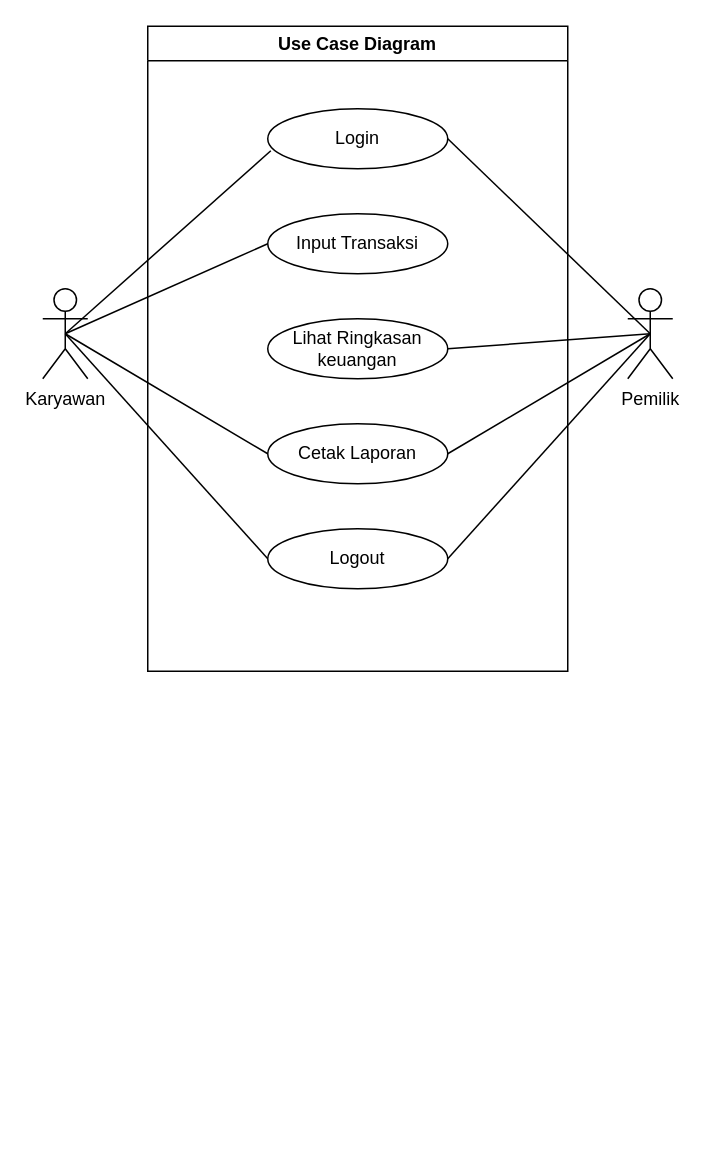
The draw.io diagram page "Page-1" (1 of 2) of Doc/UseCase/Feby.drawio in gustitriprayoga/sistem-umkm-feby, before the edit. Source tidied: cells renumbered, new cells numbered last; positions are measured from the earlier drawing's top-left corner, leaving out a move shared by most shapes. Both pictures are drawn from the tidied source at 150%, with x=0, y=0 at pixel (42, 26).
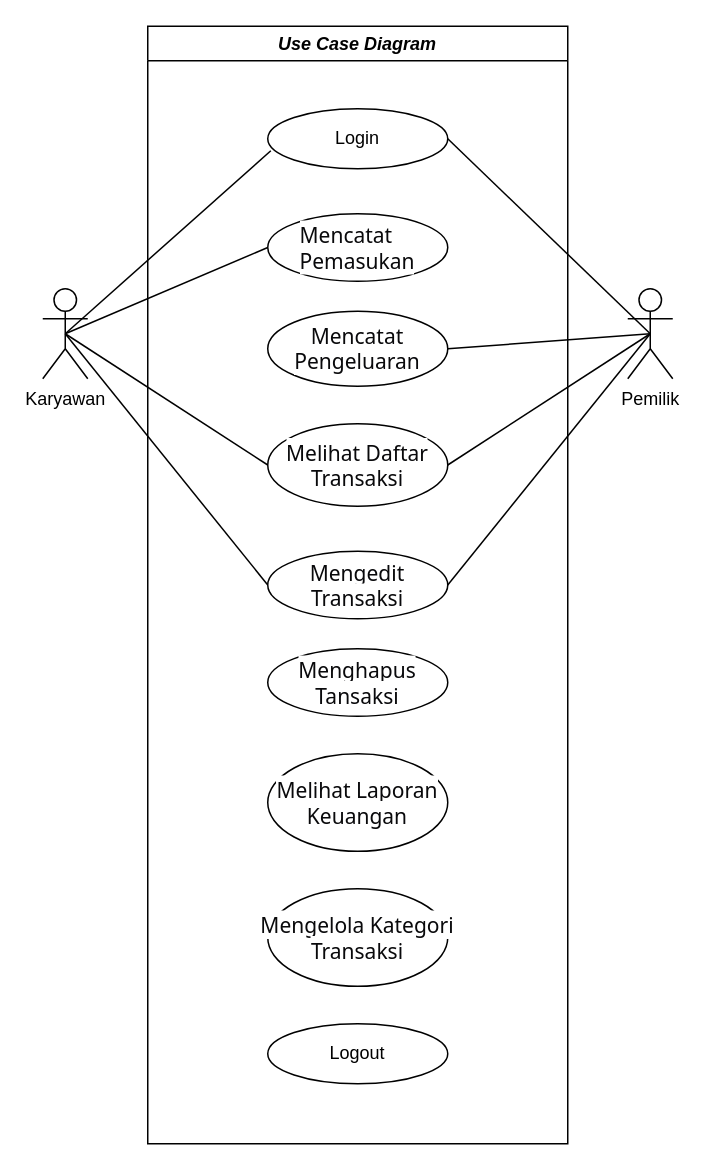
The same page after the edit.

Commit message (it also covers changes not shown here):
lanjut besok

The edit, as a diff of the source:
```diff
@@
-    <mxCell id="11" value="Lihat Ringkasan keuangan" style="ellipse;whiteSpace=wrap;html=1;" parent="1" vertex="1">
-      <mxGeometry x="150" y="195" width="120" height="40" as="geometry" />
-    </mxCell>
-    <mxCell id="12" value="Logout" style="ellipse;whiteSpace=wrap;html=1;" parent="1" vertex="1">
-      <mxGeometry x="150" y="335" width="120" height="40" as="geometry" />
-    </mxCell>
@@
-    <mxCell id="14" value="Use Case Diagram" style="swimlane;whiteSpace=wrap;html=1;" parent="1" vertex="1">
-      <mxGeometry x="70" width="280" height="430" as="geometry" />
+    <mxCell id="14" value="&lt;i&gt;Use Case Diagram&lt;/i&gt;" style="swimlane;whiteSpace=wrap;html=1;" parent="1" vertex="1">
+      <mxGeometry x="70" width="280" height="745" as="geometry" />
     </mxCell>
@@
-    <mxCell id="16" value="Input Transaksi" style="ellipse;whiteSpace=wrap;html=1;" parent="14" vertex="1">
-      <mxGeometry x="80" y="125" width="120" height="40" as="geometry" />
+    <mxCell id="16" value="&lt;div style=&quot;text-align: start;&quot;&gt;&lt;font face=&quot;__Inter_d65c78, __Inter_Fallback_d65c78, ui-sans-serif, system-ui, sans-serif, Apple Color Emoji, Segoe UI Emoji, Segoe UI Symbol, Noto Color Emoji&quot; color=&quot;#09090b&quot;&gt;&lt;span style=&quot;font-size: 14px; text-wrap-mode: nowrap; background-color: rgb(255, 255, 255);&quot;&gt;Mencatat&lt;/span&gt;&lt;/font&gt;&lt;/div&gt;&lt;div style=&quot;text-align: start;&quot;&gt;&lt;font face=&quot;__Inter_d65c78, __Inter_Fallback_d65c78, ui-sans-serif, system-ui, sans-serif, Apple Color Emoji, Segoe UI Emoji, Segoe UI Symbol, Noto Color Emoji&quot; color=&quot;#09090b&quot;&gt;&lt;span style=&quot;font-size: 14px; text-wrap-mode: nowrap; background-color: rgb(255, 255, 255);&quot;&gt;Pemasukan&lt;/span&gt;&lt;/font&gt;&lt;/div&gt;" style="ellipse;whiteSpace=wrap;html=1;" parent="14" vertex="1">
+      <mxGeometry x="80" y="125" width="120" height="45" as="geometry" />
     </mxCell>
-    <mxCell id="17" value="Cetak Laporan" style="ellipse;whiteSpace=wrap;html=1;" parent="14" vertex="1">
-      <mxGeometry x="80" y="265" width="120" height="40" as="geometry" />
+    <mxCell id="17" value="&lt;span style=&quot;color: rgb(9, 9, 11); font-family: __Inter_d65c78, __Inter_Fallback_d65c78, ui-sans-serif, system-ui, sans-serif, &amp;quot;Apple Color Emoji&amp;quot;, &amp;quot;Segoe UI Emoji&amp;quot;, &amp;quot;Segoe UI Symbol&amp;quot;, &amp;quot;Noto Color Emoji&amp;quot;; font-size: 14px; text-align: start; text-wrap-mode: nowrap; background-color: rgb(255, 255, 255);&quot;&gt;Melihat Daftar&lt;/span&gt;&lt;div&gt;&lt;span style=&quot;color: rgb(9, 9, 11); font-family: __Inter_d65c78, __Inter_Fallback_d65c78, ui-sans-serif, system-ui, sans-serif, &amp;quot;Apple Color Emoji&amp;quot;, &amp;quot;Segoe UI Emoji&amp;quot;, &amp;quot;Segoe UI Symbol&amp;quot;, &amp;quot;Noto Color Emoji&amp;quot;; font-size: 14px; text-align: start; text-wrap-mode: nowrap; background-color: rgb(255, 255, 255);&quot;&gt;Transaksi&lt;/span&gt;&lt;/div&gt;" style="ellipse;whiteSpace=wrap;html=1;" parent="14" vertex="1">
+      <mxGeometry x="80" y="265" width="120" height="55" as="geometry" />
     </mxCell>
+    <mxCell id="11" value="&lt;span style=&quot;color: rgb(9, 9, 11); font-family: __Inter_d65c78, __Inter_Fallback_d65c78, ui-sans-serif, system-ui, sans-serif, &amp;quot;Apple Color Emoji&amp;quot;, &amp;quot;Segoe UI Emoji&amp;quot;, &amp;quot;Segoe UI Symbol&amp;quot;, &amp;quot;Noto Color Emoji&amp;quot;; font-size: 14px; text-align: start; text-wrap-mode: nowrap; background-color: rgb(255, 255, 255);&quot;&gt;Mencatat&lt;/span&gt;&lt;div&gt;&lt;span style=&quot;color: rgb(9, 9, 11); font-family: __Inter_d65c78, __Inter_Fallback_d65c78, ui-sans-serif, system-ui, sans-serif, &amp;quot;Apple Color Emoji&amp;quot;, &amp;quot;Segoe UI Emoji&amp;quot;, &amp;quot;Segoe UI Symbol&amp;quot;, &amp;quot;Noto Color Emoji&amp;quot;; font-size: 14px; text-align: start; text-wrap-mode: nowrap; background-color: rgb(255, 255, 255);&quot;&gt;Pengeluaran&lt;/span&gt;&lt;/div&gt;" style="ellipse;whiteSpace=wrap;html=1;" parent="14" vertex="1">
+      <mxGeometry x="80" y="190" width="120" height="50" as="geometry" />
+    </mxCell>
+    <mxCell id="12" value="&lt;span style=&quot;color: rgb(9, 9, 11); font-family: __Inter_d65c78, __Inter_Fallback_d65c78, ui-sans-serif, system-ui, sans-serif, &amp;quot;Apple Color Emoji&amp;quot;, &amp;quot;Segoe UI Emoji&amp;quot;, &amp;quot;Segoe UI Symbol&amp;quot;, &amp;quot;Noto Color Emoji&amp;quot;; font-size: 14px; text-align: start; text-wrap-mode: nowrap; background-color: light-dark(#ffffff, var(--ge-dark-color, #121212));&quot;&gt;Mengedit&lt;/span&gt;&lt;div&gt;&lt;span style=&quot;color: rgb(9, 9, 11); font-family: __Inter_d65c78, __Inter_Fallback_d65c78, ui-sans-serif, system-ui, sans-serif, &amp;quot;Apple Color Emoji&amp;quot;, &amp;quot;Segoe UI Emoji&amp;quot;, &amp;quot;Segoe UI Symbol&amp;quot;, &amp;quot;Noto Color Emoji&amp;quot;; font-size: 14px; text-align: start; text-wrap-mode: nowrap; background-color: light-dark(#ffffff, var(--ge-dark-color, #121212));&quot;&gt;Transaksi&lt;/span&gt;&lt;/div&gt;" style="ellipse;whiteSpace=wrap;html=1;" parent="14" vertex="1">
+      <mxGeometry x="80" y="350" width="120" height="45" as="geometry" />
+    </mxCell>
+    <mxCell id="18" value="&lt;div style=&quot;&quot;&gt;&lt;font face=&quot;__Inter_d65c78, __Inter_Fallback_d65c78, ui-sans-serif, system-ui, sans-serif, Apple Color Emoji, Segoe UI Emoji, Segoe UI Symbol, Noto Color Emoji&quot; color=&quot;#09090b&quot;&gt;&lt;span style=&quot;font-size: 14px; text-wrap-mode: nowrap; background-color: light-dark(#ffffff, var(--ge-dark-color, #121212));&quot;&gt;Menghapus&lt;/span&gt;&lt;/font&gt;&lt;/div&gt;&lt;div style=&quot;&quot;&gt;&lt;font face=&quot;__Inter_d65c78, __Inter_Fallback_d65c78, ui-sans-serif, system-ui, sans-serif, Apple Color Emoji, Segoe UI Emoji, Segoe UI Symbol, Noto Color Emoji&quot; color=&quot;#09090b&quot;&gt;&lt;span style=&quot;font-size: 14px; text-wrap-mode: nowrap; background-color: light-dark(#ffffff, var(--ge-dark-color, #121212));&quot;&gt;Tansaksi&lt;/span&gt;&lt;/font&gt;&lt;/div&gt;" style="ellipse;whiteSpace=wrap;html=1;align=center;" parent="14" vertex="1">
+      <mxGeometry x="80" y="415" width="120" height="45" as="geometry" />
+    </mxCell>
+    <mxCell id="19" value="&lt;div style=&quot;&quot;&gt;&lt;font face=&quot;__Inter_d65c78, __Inter_Fallback_d65c78, ui-sans-serif, system-ui, sans-serif, Apple Color Emoji, Segoe UI Emoji, Segoe UI Symbol, Noto Color Emoji&quot; color=&quot;#09090b&quot;&gt;&lt;span style=&quot;font-size: 14px; text-wrap-mode: nowrap; background-color: light-dark(#ffffff, var(--ge-dark-color, #121212));&quot;&gt;Melihat Laporan&lt;/span&gt;&lt;/font&gt;&lt;/div&gt;&lt;div style=&quot;&quot;&gt;&lt;font face=&quot;__Inter_d65c78, __Inter_Fallback_d65c78, ui-sans-serif, system-ui, sans-serif, Apple Color Emoji, Segoe UI Emoji, Segoe UI Symbol, Noto Color Emoji&quot; color=&quot;#09090b&quot;&gt;&lt;span style=&quot;font-size: 14px; text-wrap-mode: nowrap; background-color: light-dark(#ffffff, var(--ge-dark-color, #121212));&quot;&gt;Keuangan&lt;/span&gt;&lt;/font&gt;&lt;/div&gt;" style="ellipse;whiteSpace=wrap;html=1;align=center;" parent="14" vertex="1">
+      <mxGeometry x="80" y="485" width="120" height="65" as="geometry" />
+    </mxCell>
+    <mxCell id="20" value="&lt;font face=&quot;__Inter_d65c78, __Inter_Fallback_d65c78, ui-sans-serif, system-ui, sans-serif, Apple Color Emoji, Segoe UI Emoji, Segoe UI Symbol, Noto Color Emoji&quot; color=&quot;#09090b&quot;&gt;&lt;span style=&quot;font-size: 14px; text-wrap-mode: nowrap; background-color: light-dark(#ffffff, var(--ge-dark-color, #121212));&quot;&gt;Mengelola Kategori&lt;/span&gt;&lt;/font&gt;&lt;div&gt;&lt;font face=&quot;__Inter_d65c78, __Inter_Fallback_d65c78, ui-sans-serif, system-ui, sans-serif, Apple Color Emoji, Segoe UI Emoji, Segoe UI Symbol, Noto Color Emoji&quot; color=&quot;#09090b&quot;&gt;&lt;span style=&quot;font-size: 14px; text-wrap-mode: nowrap; background-color: light-dark(#ffffff, var(--ge-dark-color, #121212));&quot;&gt;Transaksi&lt;/span&gt;&lt;/font&gt;&lt;/div&gt;" style="ellipse;whiteSpace=wrap;html=1;align=center;" parent="14" vertex="1">
+      <mxGeometry x="80" y="575" width="120" height="65" as="geometry" />
+    </mxCell>
+    <mxCell id="21" value="Logout" style="ellipse;whiteSpace=wrap;html=1;" parent="14" vertex="1">
+      <mxGeometry x="80" y="665" width="120" height="40" as="geometry" />
+    </mxCell>
```
